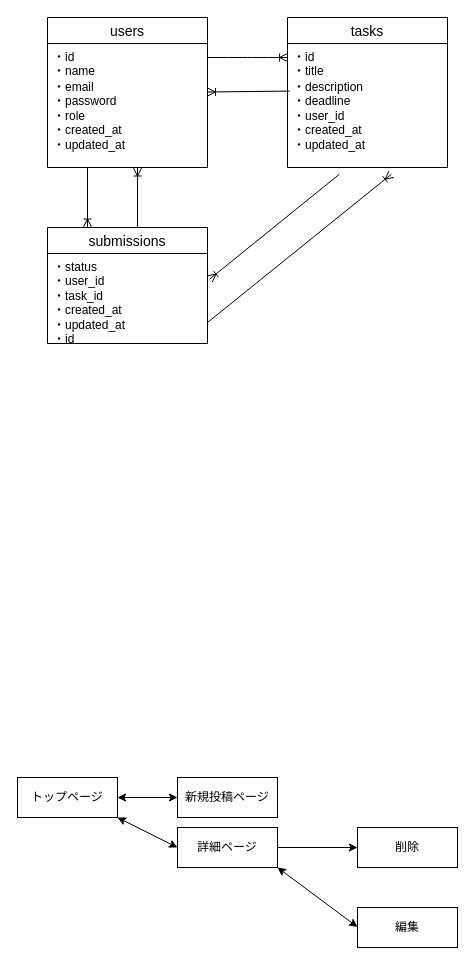
kazyu0/task_to_do keeps this draw.io diagram as .dio. Above is the earlier version. Source tidied: cells renumbered, new cells numbered last; positions are measured from the earlier drawing's top-left corner, leaving out a move shared by most shapes. Both pictures are drawn from the tidied source at 100%, with x=0, y=0 at pixel (17, 17).
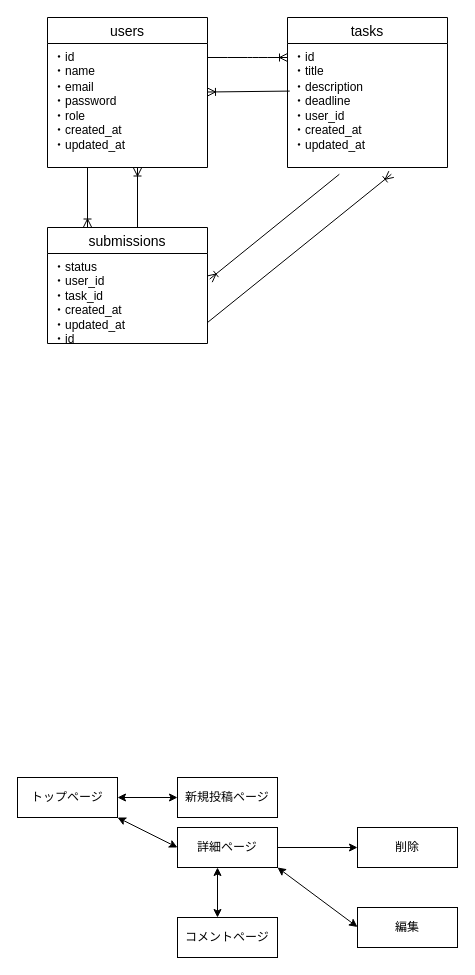
The same page after the edit.

Commit message (it also covers changes not shown here):
マークダウン

Diff of the diagram source:
```diff
@@
+    <mxCell id="25" value="コメントページ" style="whiteSpace=wrap;html=1;align=center;" parent="1" vertex="1">
+      <mxGeometry x="160" y="900" width="100" height="40" as="geometry" />
+    </mxCell>
+    <mxCell id="26" style="endArrow=classic;startArrow=classic;html=1;" parent="1" edge="1">
+      <mxGeometry relative="1" as="geometry">
+        <mxPoint x="200" y="900" as="sourcePoint" />
+        <mxPoint x="200" y="850" as="targetPoint" />
+      </mxGeometry>
+    </mxCell>
```
